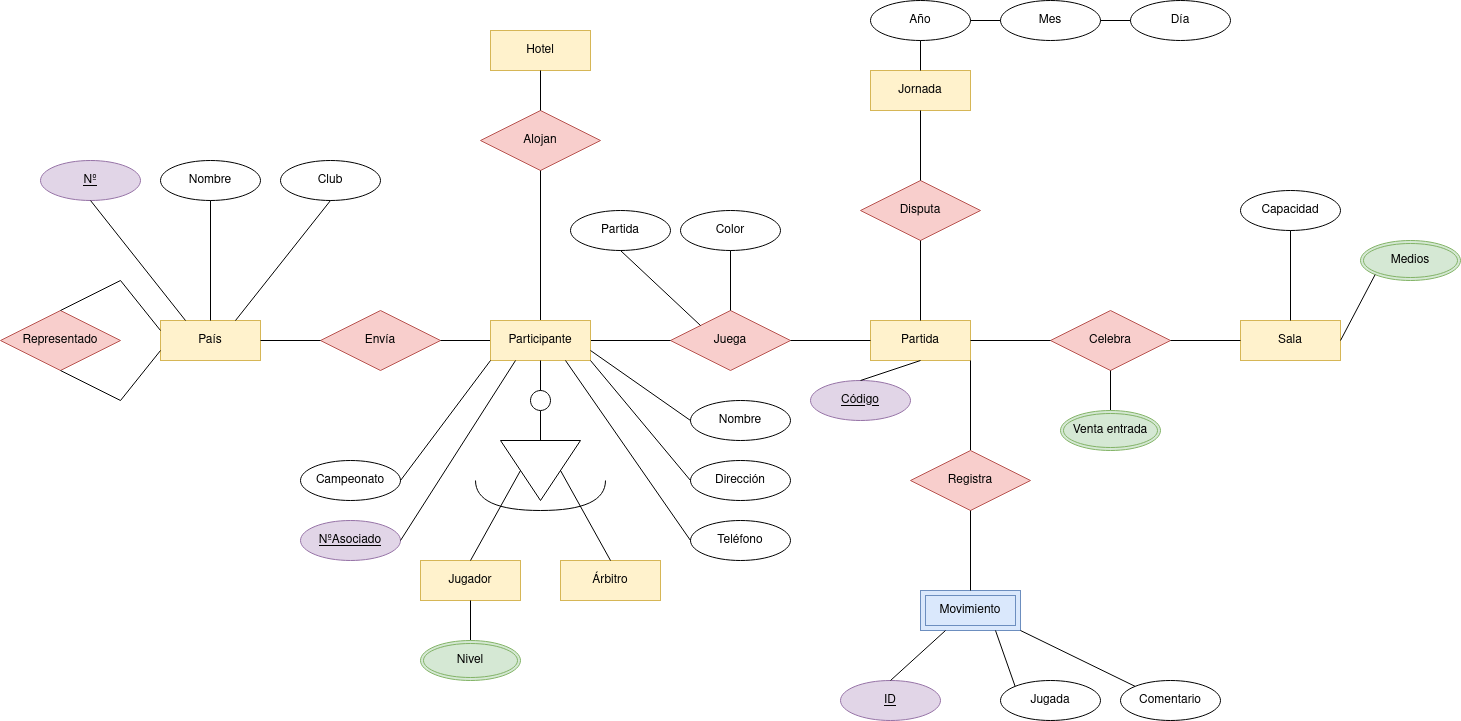
Above: TAREAS/Tareas clase/E-R/E-R Campeonato del mundo ajedrez.drawio.png in samugd17/base-datos-bae- (draw.io), before the change. Source tidied: cells renumbered, new cells last; positions are measured from the earlier drawing's top-left corner, leaving out a move shared by most shapes.
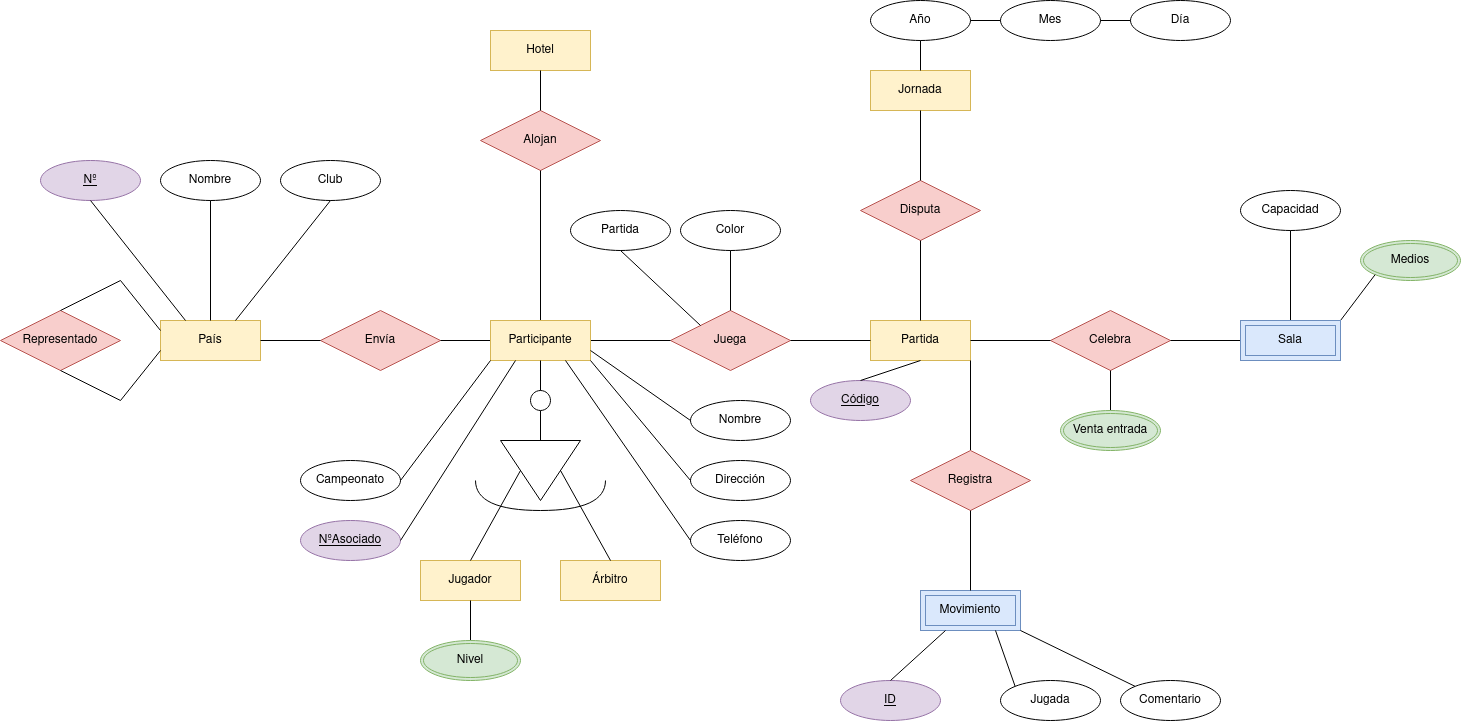
Above is the later version.

Diff of the diagram source:
```diff
@@ -17,9 +17,6 @@
     <mxCell id="6" value="Hotel" style="whiteSpace=wrap;html=1;align=center;fillColor=#fff2cc;strokeColor=#d6b656;" parent="1" vertex="1">
       <mxGeometry x="490" y="30" width="100" height="40" as="geometry" />
     </mxCell>
-    <mxCell id="7" value="Sala" style="whiteSpace=wrap;html=1;align=center;fillColor=#fff2cc;strokeColor=#d6b656;" parent="1" vertex="1">
-      <mxGeometry x="1240" y="320" width="100" height="40" as="geometry" />
-    </mxCell>
     <mxCell id="8" value="Envía" style="shape=rhombus;perimeter=rhombusPerimeter;whiteSpace=wrap;html=1;align=center;fillColor=#f8cecc;strokeColor=#b85450;" parent="1" vertex="1">
       <mxGeometry x="320" y="310" width="120" height="60" as="geometry" />
     </mxCell>
@@ -88,7 +85,7 @@
     <mxCell id="27" style="endArrow=none;html=1;rounded=0;entryX=1;entryY=0.5;entryDx=0;entryDy=0;exitX=0;exitY=0.5;exitDx=0;exitDy=0;" parent="1" edge="1" source="14" target="5">
       <mxGeometry relative="1" as="geometry" />
     </mxCell>
-    <mxCell id="28" style="endArrow=none;html=1;rounded=0;entryX=0;entryY=0.5;entryDx=0;entryDy=0;exitX=1;exitY=0.5;exitDx=0;exitDy=0;" parent="1" edge="1" source="14" target="7">
+    <mxCell id="28" style="endArrow=none;html=1;rounded=0;exitX=1;exitY=0.5;exitDx=0;exitDy=0;entryX=0;entryY=0.5;entryDx=0;entryDy=0;" parent="1" edge="1" source="14" target="7">
       <mxGeometry relative="1" as="geometry" />
     </mxCell>
     <mxCell id="29" style="endArrow=none;html=1;rounded=0;entryX=0.5;entryY=0;entryDx=0;entryDy=0;exitX=0.5;exitY=1;exitDx=0;exitDy=0;" parent="1" edge="1" source="15" target="16">
@@ -214,7 +211,7 @@
     <mxCell id="69" style="endArrow=none;html=1;rounded=0;entryX=0.5;entryY=1;entryDx=0;entryDy=0;exitX=0.5;exitY=0;exitDx=0;exitDy=0;" parent="1" edge="1" source="7" target="68">
       <mxGeometry relative="1" as="geometry" />
     </mxCell>
-    <mxCell id="70" style="endArrow=none;html=1;rounded=0;entryX=0;entryY=1;entryDx=0;entryDy=0;exitX=1;exitY=0.5;exitDx=0;exitDy=0;" parent="1" edge="1" source="7" target="67">
+    <mxCell id="70" style="endArrow=none;html=1;rounded=0;entryX=0;entryY=1;entryDx=0;entryDy=0;exitX=1;exitY=0;exitDx=0;exitDy=0;" parent="1" edge="1" source="7" target="67">
       <mxGeometry relative="1" as="geometry" />
     </mxCell>
     <mxCell id="71" style="endArrow=none;html=1;rounded=0;exitX=0.5;exitY=0;exitDx=0;exitDy=0;entryX=1;entryY=1;entryDx=0;entryDy=0;" parent="1" edge="1" source="72" target="5">
@@ -247,5 +244,8 @@
     <mxCell id="80" style="endArrow=none;html=1;rounded=0;entryX=0;entryY=0;entryDx=0;entryDy=0;exitX=1;exitY=1;exitDx=0;exitDy=0;" parent="1" edge="1" source="73" target="78">
       <mxGeometry relative="1" as="geometry" />
     </mxCell>
+    <mxCell id="7" value="Sala" style="shape=ext;margin=3;double=1;whiteSpace=wrap;html=1;align=center;fillColor=#dae8fc;strokeColor=#6c8ebf;" parent="1" vertex="1">
+      <mxGeometry x="1240" y="320" width="100" height="40" as="geometry" />
+    </mxCell>
   </root>
 </mxGraphModel>
```
